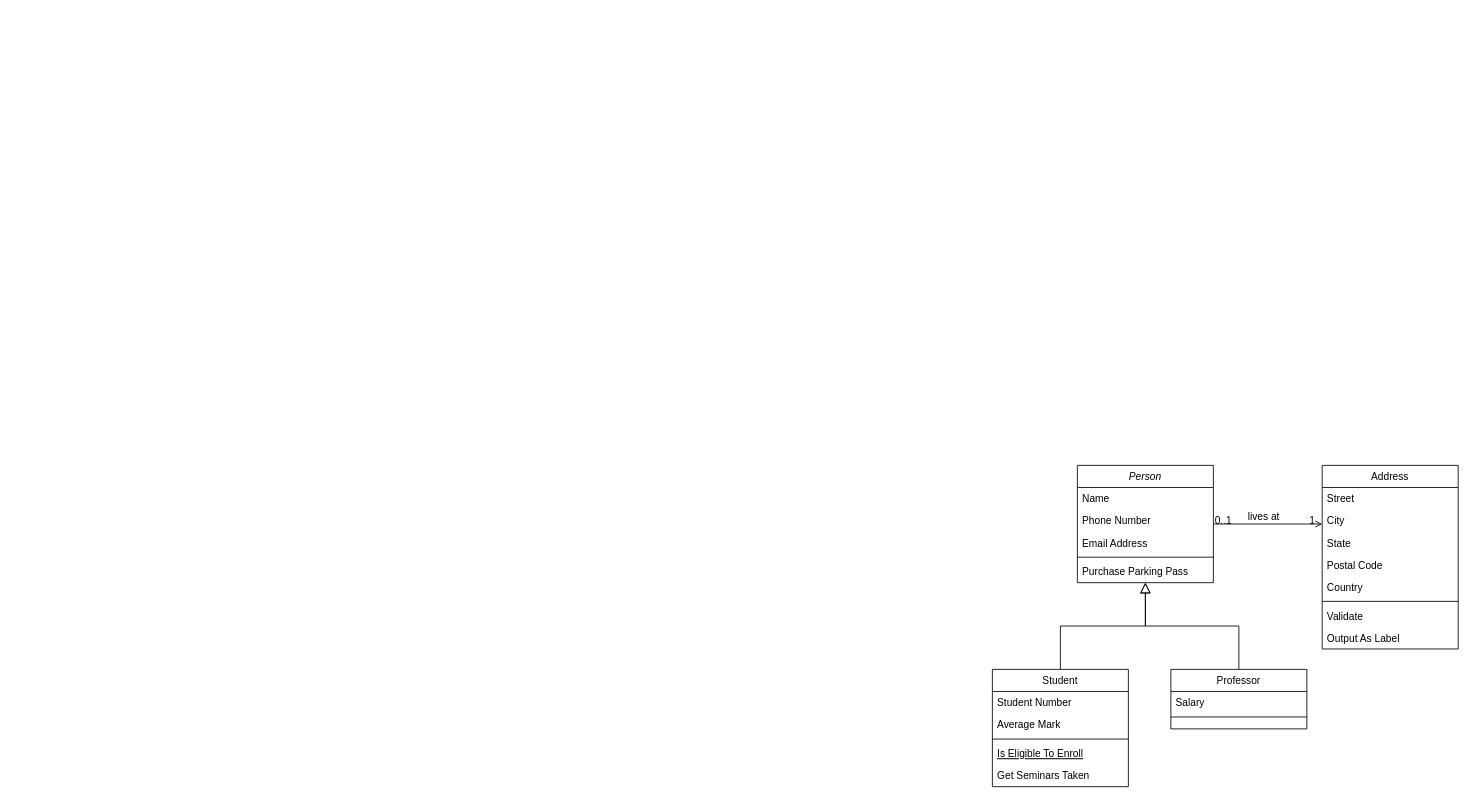
Before: Diagrama sem nome.drawio in joaomigueld3/fsw-ifood, a draw.io diagram. Source tidied: cells renumbered, new cells numbered last; positions are measured from the earlier drawing's top-left corner, leaving out a move shared by most shapes. Both pictures are drawn from the tidied source at 85%, with x=0, y=0 at pixel (992, 465).
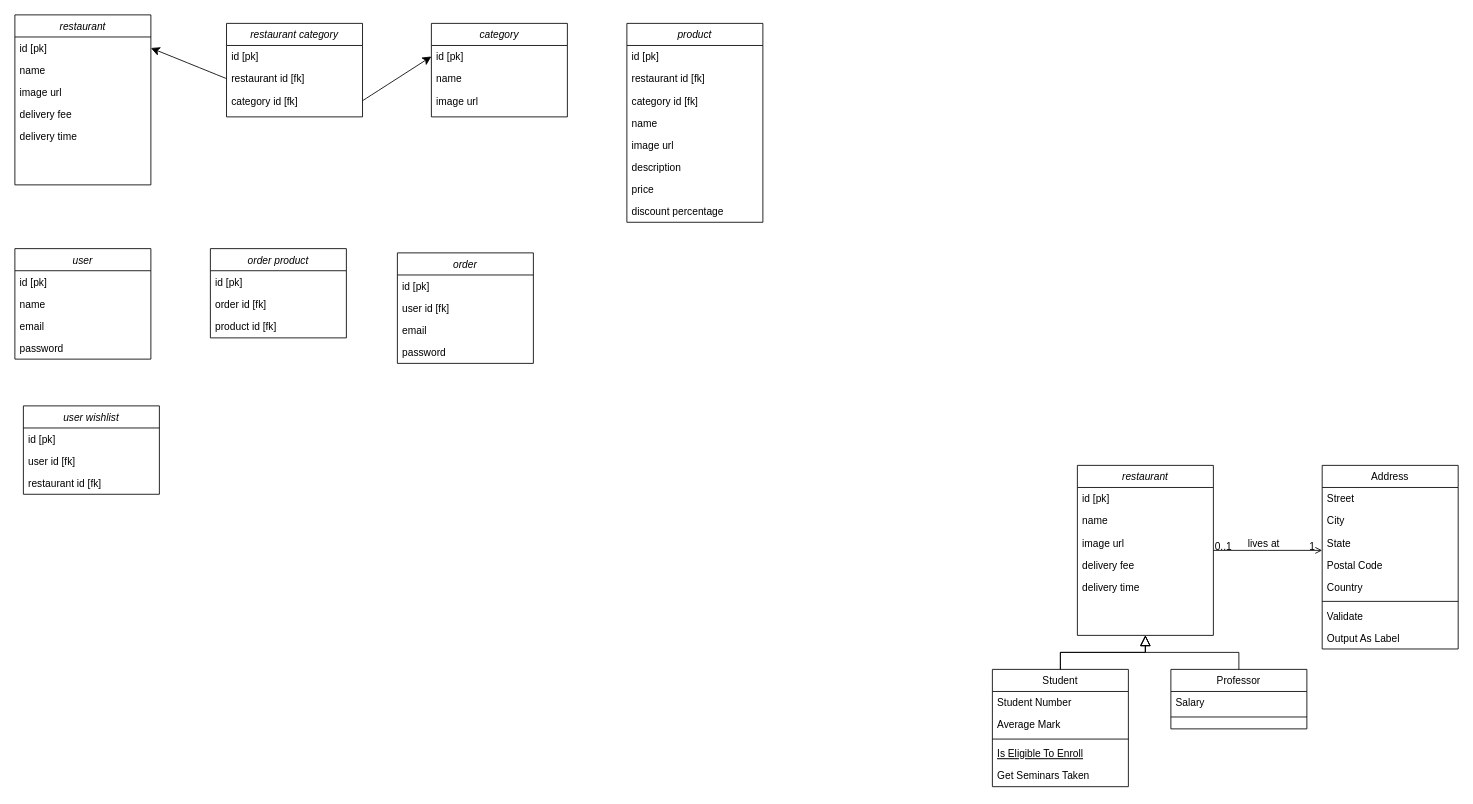
After the change.

What changed in the source:
```diff
@@
-    <mxCell id="2" value="Person" style="swimlane;fontStyle=2;align=center;verticalAlign=top;horizontal=1;startSize=26;rounded=0;shadow=0;strokeWidth=1;" parent="1" vertex="1">
-      <mxGeometry x="100" width="160" height="138" as="geometry" />
+    <mxCell id="2" value="restaurant" style="swimlane;fontStyle=2;align=center;verticalAlign=top;horizontal=1;startSize=26;rounded=0;shadow=0;strokeWidth=1;" parent="1" vertex="1">
+      <mxGeometry x="100" width="160" height="200" as="geometry" />
     </mxCell>
-    <mxCell id="3" value="Name" style="text;align=left;verticalAlign=top;spacingLeft=4;spacingRight=4;overflow=hidden;" parent="2" vertex="1">
+    <mxCell id="3" value="id [pk]" style="text;align=left;verticalAlign=top;spacingLeft=4;spacingRight=4;overflow=hidden;" parent="2" vertex="1">
       <mxGeometry y="26" width="160" height="26" as="geometry" />
     </mxCell>
-    <mxCell id="4" value="Phone Number" style="text;align=left;verticalAlign=top;spacingLeft=4;spacingRight=4;overflow=hidden;rounded=0;shadow=0;html=0;" parent="2" vertex="1">
+    <mxCell id="4" value="name" style="text;align=left;verticalAlign=top;spacingLeft=4;spacingRight=4;overflow=hidden;rounded=0;shadow=0;html=0;" parent="2" vertex="1">
       <mxGeometry y="52" width="160" height="26" as="geometry" />
     </mxCell>
-    <mxCell id="5" value="Email Address" style="text;align=left;verticalAlign=top;spacingLeft=4;spacingRight=4;overflow=hidden;rounded=0;shadow=0;html=0;" parent="2" vertex="1">
+    <mxCell id="5" value="image url" style="text;align=left;verticalAlign=top;spacingLeft=4;spacingRight=4;overflow=hidden;rounded=0;shadow=0;html=0;" parent="2" vertex="1">
       <mxGeometry y="78" width="160" height="26" as="geometry" />
     </mxCell>
-    <mxCell id="6" style="line;html=1;strokeWidth=1;align=left;verticalAlign=middle;spacingTop=-1;spacingLeft=3;spacingRight=3;labelPosition=right;" parent="2" vertex="1">
-      <mxGeometry y="104" width="160" height="8" as="geometry" />
-    </mxCell>
-    <mxCell id="7" value="Purchase Parking Pass" style="text;align=left;verticalAlign=top;spacingLeft=4;spacingRight=4;overflow=hidden;" parent="2" vertex="1">
-      <mxGeometry y="112" width="160" height="26" as="geometry" />
-    </mxCell>
+    <mxCell id="32" value="delivery fee&#10;" style="text;align=left;verticalAlign=top;spacingLeft=4;spacingRight=4;overflow=hidden;rounded=0;shadow=0;html=0;" parent="2" vertex="1">
+      <mxGeometry y="104" width="160" height="26" as="geometry" />
+    </mxCell>
+    <mxCell id="33" value="delivery time&#10;" style="text;align=left;verticalAlign=top;spacingLeft=4;spacingRight=4;overflow=hidden;rounded=0;shadow=0;html=0;" parent="2" vertex="1">
+      <mxGeometry y="130" width="160" height="26" as="geometry" />
+    </mxCell>
@@
+    <mxCell id="34" value="category" style="swimlane;fontStyle=2;align=center;verticalAlign=top;horizontal=1;startSize=26;rounded=0;shadow=0;strokeWidth=1;" parent="1" vertex="1">
+      <mxGeometry x="-660" y="-520" width="160" height="110" as="geometry" />
+    </mxCell>
+    <mxCell id="35" value="id [pk]" style="text;align=left;verticalAlign=top;spacingLeft=4;spacingRight=4;overflow=hidden;points=[[0,0.5],[1,0.5]];portConstraint=eastwest;" parent="34" vertex="1">
+      <mxGeometry y="26" width="160" height="26" as="geometry" />
+    </mxCell>
+    <mxCell id="36" value="name" style="text;align=left;verticalAlign=top;spacingLeft=4;spacingRight=4;overflow=hidden;rounded=0;shadow=0;html=0;" parent="34" vertex="1">
+      <mxGeometry y="52" width="160" height="26" as="geometry" />
+    </mxCell>
+    <mxCell id="37" value="image url" style="text;align=left;verticalAlign=top;spacingLeft=4;spacingRight=4;overflow=hidden;rounded=0;shadow=0;html=0;" parent="34" vertex="1">
+      <mxGeometry y="78" width="160" height="26" as="geometry" />
+    </mxCell>
+    <mxCell id="38" value="restaurant category" style="swimlane;fontStyle=2;align=center;verticalAlign=top;horizontal=1;startSize=26;rounded=0;shadow=0;strokeWidth=1;" parent="1" vertex="1">
+      <mxGeometry x="-901" y="-520" width="160" height="110" as="geometry" />
+    </mxCell>
+    <mxCell id="39" value="id [pk]" style="text;align=left;verticalAlign=top;spacingLeft=4;spacingRight=4;overflow=hidden;" parent="38" vertex="1">
+      <mxGeometry y="26" width="160" height="26" as="geometry" />
+    </mxCell>
+    <mxCell id="40" value="restaurant id [fk]" style="text;align=left;verticalAlign=top;spacingLeft=4;spacingRight=4;overflow=hidden;points=[[0,0.5],[1,0.5]];portConstraint=eastwest;rounded=0;shadow=0;html=0;" parent="38" vertex="1">
+      <mxGeometry y="52" width="160" height="26" as="geometry" />
+    </mxCell>
+    <mxCell id="41" value="category id [fk]" style="text;align=left;verticalAlign=top;spacingLeft=4;spacingRight=4;overflow=hidden;points=[[0,0.5],[1,0.5]];portConstraint=eastwest;rounded=0;shadow=0;html=0;" parent="38" vertex="1">
+      <mxGeometry y="78" width="160" height="26" as="geometry" />
+    </mxCell>
+    <mxCell id="42" value="restaurant" style="swimlane;fontStyle=2;align=center;verticalAlign=top;horizontal=1;startSize=26;rounded=0;shadow=0;strokeWidth=1;" parent="1" vertex="1">
+      <mxGeometry x="-1150" y="-530" width="160" height="200" as="geometry" />
+    </mxCell>
+    <mxCell id="43" value="id [pk]" style="text;align=left;verticalAlign=top;spacingLeft=4;spacingRight=4;overflow=hidden;points=[[0,0.5],[1,0.5]];portConstraint=eastwest;" parent="42" vertex="1">
+      <mxGeometry y="26" width="160" height="26" as="geometry" />
+    </mxCell>
+    <mxCell id="44" value="name" style="text;align=left;verticalAlign=top;spacingLeft=4;spacingRight=4;overflow=hidden;rounded=0;shadow=0;html=0;" parent="42" vertex="1">
+      <mxGeometry y="52" width="160" height="26" as="geometry" />
+    </mxCell>
+    <mxCell id="45" value="image url" style="text;align=left;verticalAlign=top;spacingLeft=4;spacingRight=4;overflow=hidden;rounded=0;shadow=0;html=0;" parent="42" vertex="1">
+      <mxGeometry y="78" width="160" height="26" as="geometry" />
+    </mxCell>
+    <mxCell id="46" value="delivery fee&#10;" style="text;align=left;verticalAlign=top;spacingLeft=4;spacingRight=4;overflow=hidden;rounded=0;shadow=0;html=0;" parent="42" vertex="1">
+      <mxGeometry y="104" width="160" height="26" as="geometry" />
+    </mxCell>
+    <mxCell id="47" value="delivery time&#10;" style="text;align=left;verticalAlign=top;spacingLeft=4;spacingRight=4;overflow=hidden;rounded=0;shadow=0;html=0;" parent="42" vertex="1">
+      <mxGeometry y="130" width="160" height="26" as="geometry" />
+    </mxCell>
+    <mxCell id="48" style="edgeStyle=none;curved=1;rounded=0;jettySize=auto;html=1;fontSize=12;startSize=8;endSize=8;entryX=1;entryY=0.5;entryDx=0;entryDy=0;exitX=0;exitY=0.5;exitDx=0;exitDy=0;" parent="1" edge="1" source="40" target="43">
+      <mxGeometry relative="1" as="geometry" />
+    </mxCell>
+    <mxCell id="49" style="edgeStyle=none;curved=1;rounded=0;jettySize=auto;html=1;exitX=1;exitY=0.5;exitDx=0;exitDy=0;entryX=0;entryY=0.5;entryDx=0;entryDy=0;fontSize=12;startSize=8;endSize=8;" parent="1" edge="1" source="41" target="35">
+      <mxGeometry relative="1" as="geometry" />
+    </mxCell>
+    <mxCell id="50" value="product" style="swimlane;fontStyle=2;align=center;verticalAlign=top;horizontal=1;startSize=26;rounded=0;shadow=0;strokeWidth=1;" parent="1" vertex="1">
+      <mxGeometry x="-430" y="-520" width="160" height="234" as="geometry" />
+    </mxCell>
+    <mxCell id="51" value="id [pk]" style="text;align=left;verticalAlign=top;spacingLeft=4;spacingRight=4;overflow=hidden;" parent="50" vertex="1">
+      <mxGeometry y="26" width="160" height="26" as="geometry" />
+    </mxCell>
+    <mxCell id="52" value="restaurant id [fk]" style="text;align=left;verticalAlign=top;spacingLeft=4;spacingRight=4;overflow=hidden;rounded=0;shadow=0;html=0;" parent="50" vertex="1">
+      <mxGeometry y="52" width="160" height="26" as="geometry" />
+    </mxCell>
+    <mxCell id="53" value="category id [fk]" style="text;align=left;verticalAlign=top;spacingLeft=4;spacingRight=4;overflow=hidden;rounded=0;shadow=0;html=0;" parent="50" vertex="1">
+      <mxGeometry y="78" width="160" height="26" as="geometry" />
+    </mxCell>
+    <mxCell id="54" value="name" style="text;align=left;verticalAlign=top;spacingLeft=4;spacingRight=4;overflow=hidden;rounded=0;shadow=0;html=0;" parent="50" vertex="1">
+      <mxGeometry y="104" width="160" height="26" as="geometry" />
+    </mxCell>
+    <mxCell id="55" value="image url" style="text;align=left;verticalAlign=top;spacingLeft=4;spacingRight=4;overflow=hidden;rounded=0;shadow=0;html=0;" parent="50" vertex="1">
+      <mxGeometry y="130" width="160" height="26" as="geometry" />
+    </mxCell>
+    <mxCell id="56" value="description" style="text;align=left;verticalAlign=top;spacingLeft=4;spacingRight=4;overflow=hidden;rounded=0;shadow=0;html=0;" parent="50" vertex="1">
+      <mxGeometry y="156" width="160" height="26" as="geometry" />
+    </mxCell>
+    <mxCell id="57" value="price" style="text;align=left;verticalAlign=top;spacingLeft=4;spacingRight=4;overflow=hidden;rounded=0;shadow=0;html=0;" parent="50" vertex="1">
+      <mxGeometry y="182" width="160" height="26" as="geometry" />
+    </mxCell>
+    <mxCell id="58" value="discount percentage" style="text;align=left;verticalAlign=top;spacingLeft=4;spacingRight=4;overflow=hidden;rounded=0;shadow=0;html=0;" parent="50" vertex="1">
+      <mxGeometry y="208" width="160" height="26" as="geometry" />
+    </mxCell>
+    <mxCell id="59" style="endArrow=block;endSize=10;endFill=0;shadow=0;strokeWidth=1;rounded=0;curved=0;edgeStyle=elbowEdgeStyle;elbow=vertical;" parent="1" edge="1">
+      <mxGeometry relative="1" as="geometry">
+        <mxPoint x="80" y="240" as="sourcePoint" />
+        <mxPoint x="180" y="200" as="targetPoint" />
+      </mxGeometry>
+    </mxCell>
+    <mxCell id="60" value="user" style="swimlane;fontStyle=2;align=center;verticalAlign=top;horizontal=1;startSize=26;rounded=0;shadow=0;strokeWidth=1;" parent="1" vertex="1">
+      <mxGeometry x="-1150" y="-255" width="160" height="130" as="geometry" />
+    </mxCell>
+    <mxCell id="61" value="id [pk]" style="text;align=left;verticalAlign=top;spacingLeft=4;spacingRight=4;overflow=hidden;" parent="60" vertex="1">
+      <mxGeometry y="26" width="160" height="26" as="geometry" />
+    </mxCell>
+    <mxCell id="62" value="name" style="text;align=left;verticalAlign=top;spacingLeft=4;spacingRight=4;overflow=hidden;rounded=0;shadow=0;html=0;" parent="60" vertex="1">
+      <mxGeometry y="52" width="160" height="26" as="geometry" />
+    </mxCell>
+    <mxCell id="63" value="email" style="text;align=left;verticalAlign=top;spacingLeft=4;spacingRight=4;overflow=hidden;rounded=0;shadow=0;html=0;" parent="60" vertex="1">
+      <mxGeometry y="78" width="160" height="26" as="geometry" />
+    </mxCell>
+    <mxCell id="64" value="password" style="text;align=left;verticalAlign=top;spacingLeft=4;spacingRight=4;overflow=hidden;rounded=0;shadow=0;html=0;" parent="60" vertex="1">
+      <mxGeometry y="104" width="160" height="26" as="geometry" />
+    </mxCell>
+    <mxCell id="65" value="order" style="swimlane;fontStyle=2;align=center;verticalAlign=top;horizontal=1;startSize=26;rounded=0;shadow=0;strokeWidth=1;" parent="1" vertex="1">
+      <mxGeometry x="-700" y="-250" width="160" height="130" as="geometry" />
+    </mxCell>
+    <mxCell id="66" value="id [pk]" style="text;align=left;verticalAlign=top;spacingLeft=4;spacingRight=4;overflow=hidden;" parent="65" vertex="1">
+      <mxGeometry y="26" width="160" height="26" as="geometry" />
+    </mxCell>
+    <mxCell id="67" value="user id [fk]" style="text;align=left;verticalAlign=top;spacingLeft=4;spacingRight=4;overflow=hidden;rounded=0;shadow=0;html=0;" parent="65" vertex="1">
+      <mxGeometry y="52" width="160" height="26" as="geometry" />
+    </mxCell>
+    <mxCell id="68" value="email" style="text;align=left;verticalAlign=top;spacingLeft=4;spacingRight=4;overflow=hidden;rounded=0;shadow=0;html=0;" parent="65" vertex="1">
+      <mxGeometry y="78" width="160" height="26" as="geometry" />
+    </mxCell>
+    <mxCell id="69" value="password" style="text;align=left;verticalAlign=top;spacingLeft=4;spacingRight=4;overflow=hidden;rounded=0;shadow=0;html=0;" parent="65" vertex="1">
+      <mxGeometry y="104" width="160" height="26" as="geometry" />
+    </mxCell>
+    <mxCell id="70" value="order product" style="swimlane;fontStyle=2;align=center;verticalAlign=top;horizontal=1;startSize=26;rounded=0;shadow=0;strokeWidth=1;" parent="1" vertex="1">
+      <mxGeometry x="-920" y="-255" width="160" height="105" as="geometry" />
+    </mxCell>
+    <mxCell id="71" value="id [pk]" style="text;align=left;verticalAlign=top;spacingLeft=4;spacingRight=4;overflow=hidden;" parent="70" vertex="1">
+      <mxGeometry y="26" width="160" height="26" as="geometry" />
+    </mxCell>
+    <mxCell id="72" value="order id [fk]" style="text;align=left;verticalAlign=top;spacingLeft=4;spacingRight=4;overflow=hidden;rounded=0;shadow=0;html=0;" parent="70" vertex="1">
+      <mxGeometry y="52" width="160" height="26" as="geometry" />
+    </mxCell>
+    <mxCell id="73" value="product id [fk]" style="text;align=left;verticalAlign=top;spacingLeft=4;spacingRight=4;overflow=hidden;rounded=0;shadow=0;html=0;" parent="70" vertex="1">
+      <mxGeometry y="78" width="160" height="26" as="geometry" />
+    </mxCell>
+    <mxCell id="74" value="user wishlist" style="swimlane;fontStyle=2;align=center;verticalAlign=top;horizontal=1;startSize=26;rounded=0;shadow=0;strokeWidth=1;" parent="1" vertex="1">
+      <mxGeometry x="-1140" y="-70" width="160" height="104" as="geometry" />
+    </mxCell>
+    <mxCell id="75" value="id [pk]" style="text;align=left;verticalAlign=top;spacingLeft=4;spacingRight=4;overflow=hidden;" parent="74" vertex="1">
+      <mxGeometry y="26" width="160" height="26" as="geometry" />
+    </mxCell>
+    <mxCell id="76" value="user id [fk]" style="text;align=left;verticalAlign=top;spacingLeft=4;spacingRight=4;overflow=hidden;rounded=0;shadow=0;html=0;" parent="74" vertex="1">
+      <mxGeometry y="52" width="160" height="26" as="geometry" />
+    </mxCell>
+    <mxCell id="77" value="restaurant id [fk]" style="text;align=left;verticalAlign=top;spacingLeft=4;spacingRight=4;overflow=hidden;rounded=0;shadow=0;html=0;" parent="74" vertex="1">
+      <mxGeometry y="78" width="160" height="26" as="geometry" />
+    </mxCell>
```
